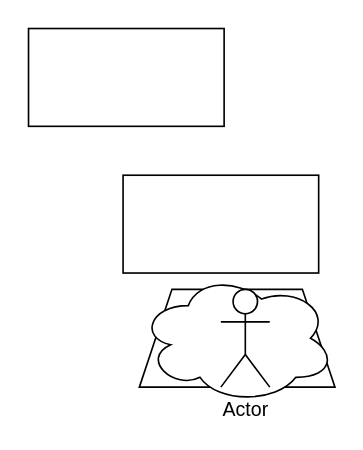
Before: architecture/Subscriptions Manager App Architecture Diagram.drawio in karateka-git/subscriptions-manager, a draw.io diagram. Source tidied: cells renumbered, new cells numbered last; positions are measured from the earlier drawing's top-left corner, leaving out a move shared by most shapes. Both pictures are drawn from the tidied source at 163%, with x=0, y=0 at pixel (28, 28).
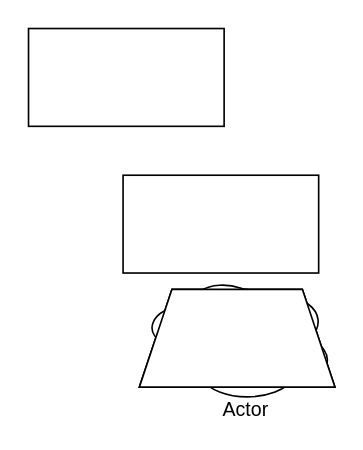
The same page after the edit.

Change to the diagram source:
```diff
@@
 <mxGraphModel>
   <root>
     <mxCell id="0" />
     <mxCell id="1" parent="0" />
     <mxCell id="2" style="rounded=0;whiteSpace=wrap;html=1;" parent="1" vertex="1">
       <mxGeometry x="58" y="90" width="120" height="60" as="geometry" />
     </mxCell>
     <mxCell id="3" style="rounded=0;whiteSpace=wrap;html=1;" parent="1" vertex="1">
       <mxGeometry width="120" height="60" as="geometry" />
     </mxCell>
     <mxCell id="4" style="shape=trapezoid;perimeter=trapezoidPerimeter;whiteSpace=wrap;html=1;fixedSize=1;" parent="1" vertex="1">
       <mxGeometry x="68" y="160" width="120" height="60" as="geometry" />
     </mxCell>
     <mxCell id="5" style="ellipse;shape=cloud;whiteSpace=wrap;html=1;" parent="1" vertex="1">
       <mxGeometry x="68" y="150" width="120" height="80" as="geometry" />
     </mxCell>
     <mxCell id="6" value="Actor" style="shape=umlActor;verticalLabelPosition=bottom;verticalAlign=top;html=1;" parent="1" vertex="1">
       <mxGeometry x="118" y="160" width="30" height="60" as="geometry" />
     </mxCell>
+    <mxCell id="7" style="shape=trapezoid;perimeter=trapezoidPerimeter;whiteSpace=wrap;html=1;fixedSize=1;" parent="1" vertex="1">
+      <mxGeometry x="68" y="160" width="120" height="60" as="geometry" />
+    </mxCell>
   </root>
 </mxGraphModel>
```
